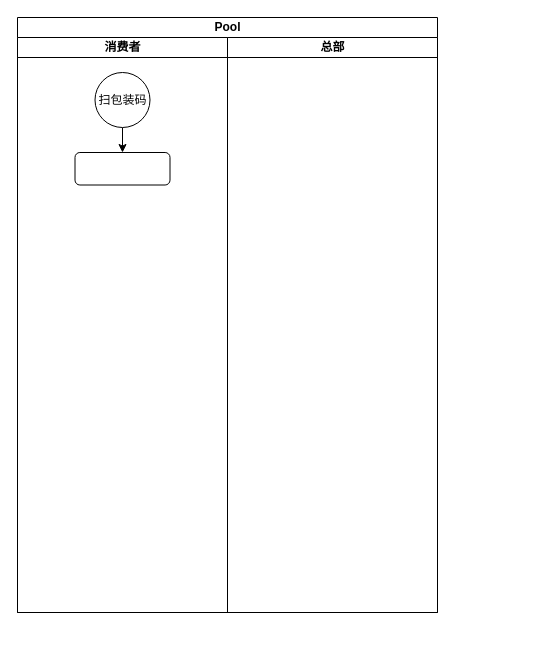
This is 抽奖猴.drawio from LeoNooob/myblueprint, a draw.io file, before an edit. Source tidied: cells renumbered, new cells numbered last; positions are measured from the earlier drawing's top-left corner, leaving out a move shared by most shapes. Both pictures are drawn from the tidied source at 100%, with x=0, y=0 at pixel (17, 17).
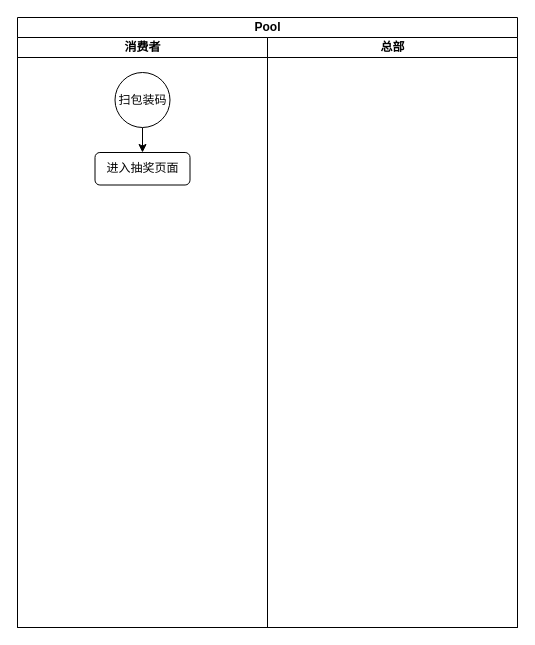
The same page after the edit.

Commit message:
更新抽奖猴.drawio

The edit, as a diff of the source:
```diff
@@
 <mxGraphModel>
   <root>
     <mxCell id="0" />
     <mxCell id="1" parent="0" />
     <mxCell id="2" value="Pool" style="swimlane;startSize=20;html=1;" parent="1" vertex="1">
-      <mxGeometry width="420" height="595" as="geometry" />
+      <mxGeometry width="500" height="610" as="geometry" />
     </mxCell>
     <mxCell id="3" value="消费者" style="swimlane;startSize=20;html=1;" parent="2" vertex="1">
-      <mxGeometry y="20" width="210" height="575" as="geometry" />
+      <mxGeometry y="20" width="250" height="590" as="geometry" />
     </mxCell>
     <mxCell id="4" style="edgeStyle=orthogonalEdgeStyle;rounded=0;jettySize=auto;html=1;" parent="3" edge="1" source="5" target="6">
       <mxGeometry relative="1" as="geometry" />
     </mxCell>
     <mxCell id="5" value="扫包装码" style="ellipse;whiteSpace=wrap;html=1;" parent="3" vertex="1">
-      <mxGeometry x="77.5" y="35" width="55" height="55" as="geometry" />
+      <mxGeometry x="97.5" y="35" width="55" height="55" as="geometry" />
     </mxCell>
-    <mxCell id="6" style="rounded=1;whiteSpace=wrap;html=1;" parent="3" vertex="1">
-      <mxGeometry x="57.5" y="115" width="95" height="32.5" as="geometry" />
+    <mxCell id="6" value="进入抽奖页面" style="rounded=1;whiteSpace=wrap;html=1;" parent="3" vertex="1">
+      <mxGeometry x="77.5" y="115" width="95" height="32.5" as="geometry" />
     </mxCell>
     <mxCell id="7" value="总部" style="swimlane;startSize=20;html=1;" parent="2" vertex="1">
-      <mxGeometry x="210" y="20" width="210" height="575" as="geometry" />
+      <mxGeometry x="250" y="20" width="250" height="590" as="geometry" />
     </mxCell>
   </root>
 </mxGraphModel>
```
